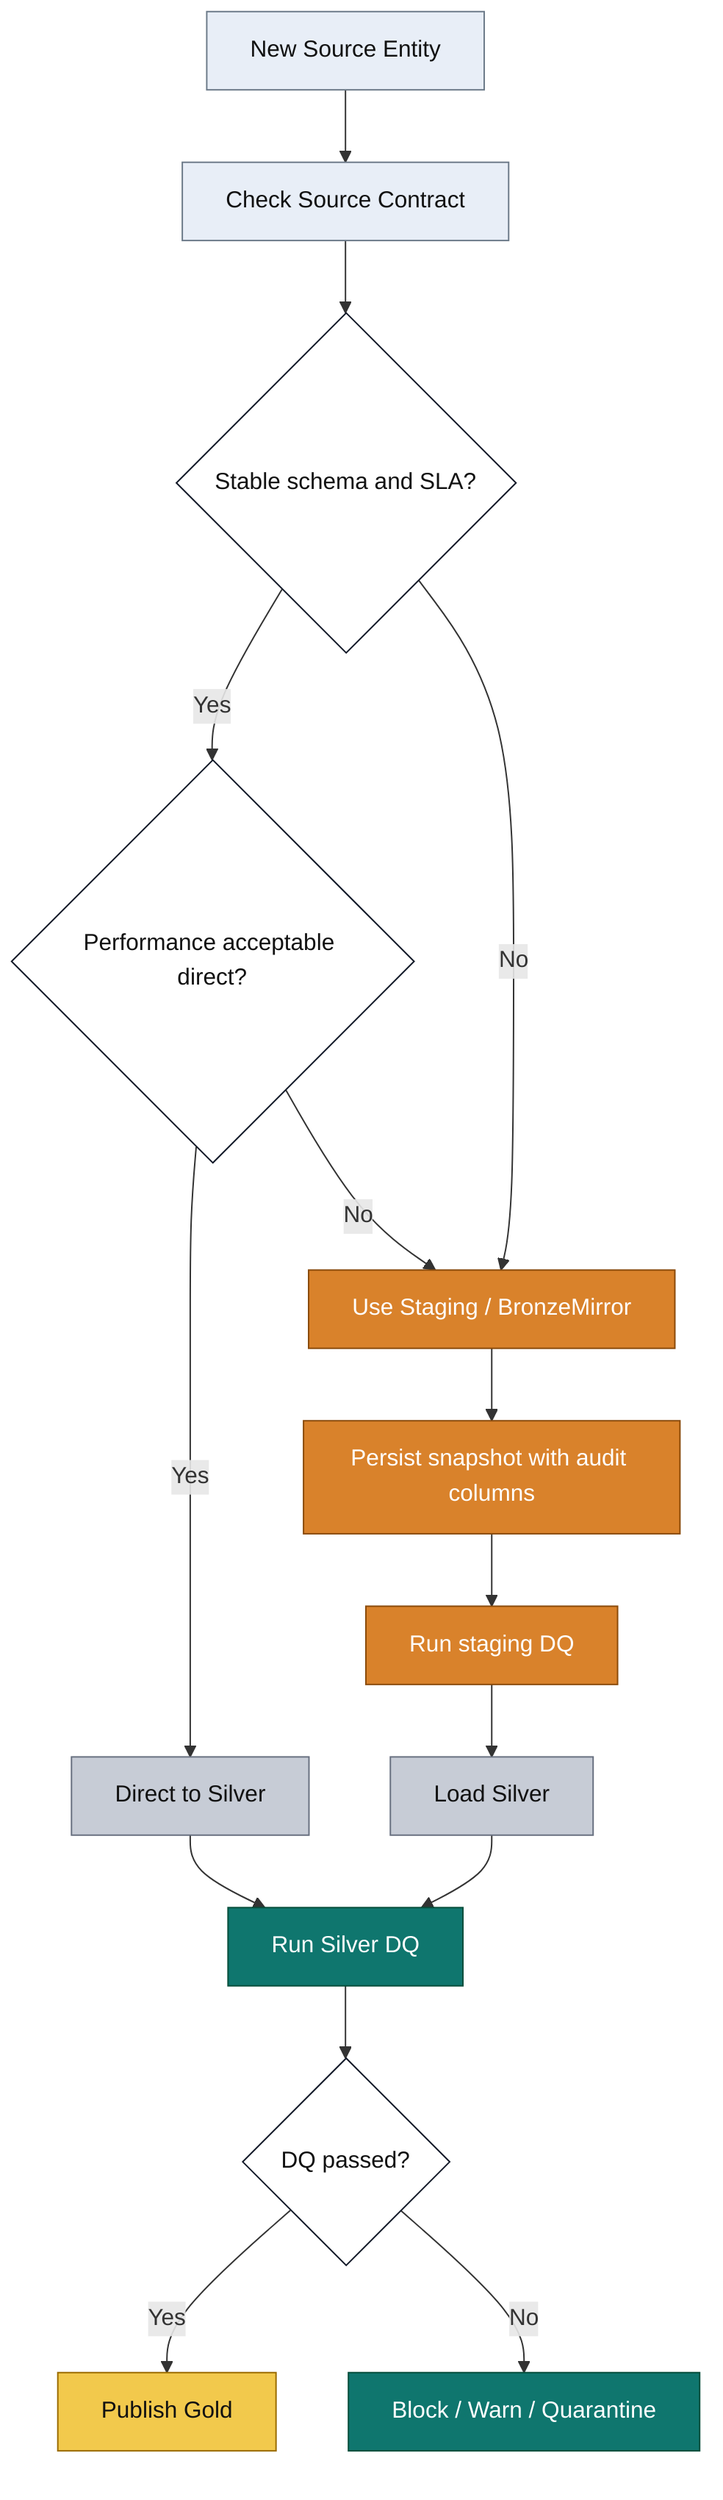
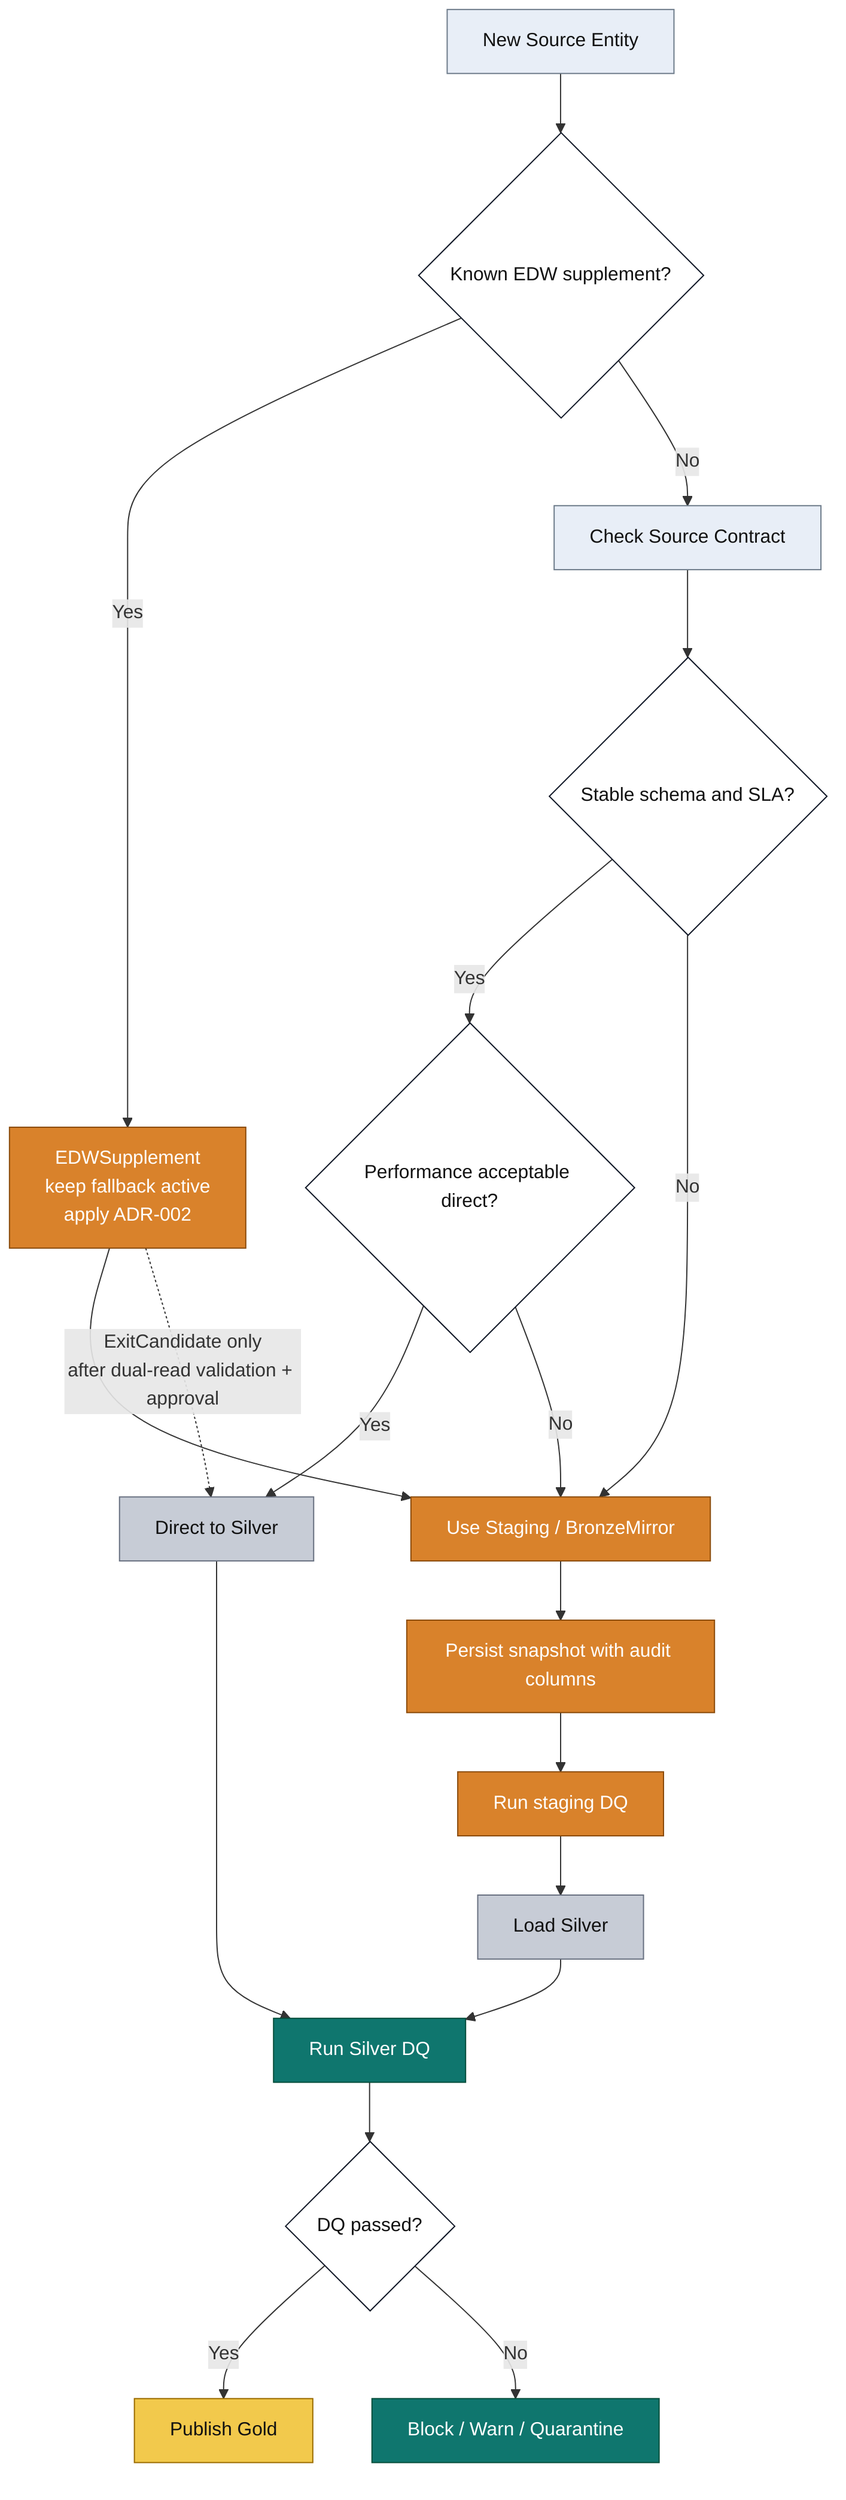
flowchart TD
-     A["New Source Entity"] --> B["Check Source Contract"]
+     A["New Source Entity"] --> X{"Known EDW supplement?"}
+     X -->|"Yes"| ES["EDWSupplement<br/>keep fallback active<br/>apply ADR-002"]
+     X -->|"No"| B["Check Source Contract"]
    B --> C{"Stable schema and SLA?"}
    C -->|"Yes"| D{"Performance acceptable direct?"}
    C -->|"No"| S["Use Staging / BronzeMirror"]

    D -->|"Yes"| E["Direct to Silver"]
    D -->|"No"| S
+     ES --> S
+     ES -.->|"ExitCandidate only<br/>after dual-read validation + approval"| E

    S --> F["Persist snapshot with audit columns"]
    F --> G["Run staging DQ"]
    G --> H["Load Silver"]

    E --> I["Run Silver DQ"]
    H --> I
    I --> J{"DQ passed?"}
    J -->|"Yes"| K["Publish Gold"]
    J -->|"No"| L["Block / Warn / Quarantine"]

    class A,B neutral
-     class C,D,J decision
+     class C,D,J,X decision
    class E,H silver
-     class S,F,G staging
+     class S,F,G,ES staging
    class I,L quality
    class K gold

    classDef neutral fill:#E8EEF7,stroke:#6C7A89,color:#111111
    classDef decision fill:#FFFFFF,stroke:#111827,color:#111111
    classDef staging fill:#D9822B,stroke:#8A4A0A,color:#FFFFFF
    classDef silver fill:#C7CCD6,stroke:#687080,color:#111111
    classDef quality fill:#0F766E,stroke:#064E3B,color:#FFFFFF
    classDef gold fill:#F2C94C,stroke:#9A6B00,color:#111111
